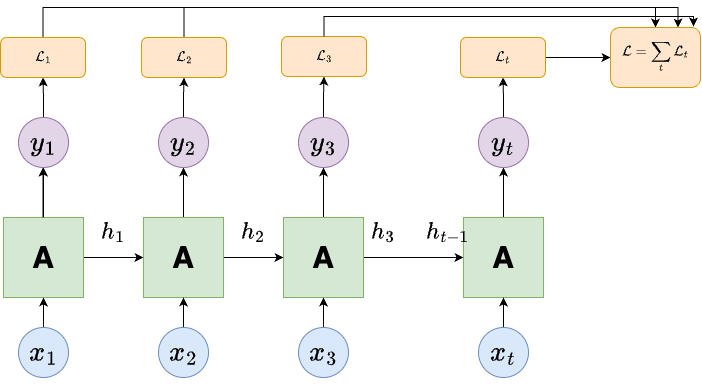
tools4ds/DS701-Course-Notes keeps this draw.io diagram as ds701_book/drawio/RNN-Loss.png. Above is the earlier version. Source tidied: cells renumbered, new cells last; positions are measured from the earlier drawing's top-left corner, leaving out a move shared by most shapes.
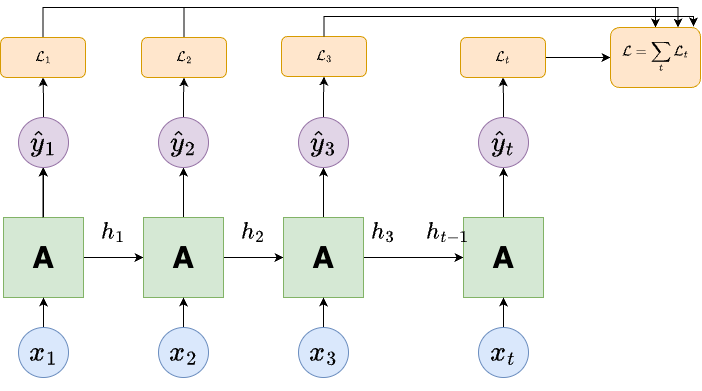
Later version of the same file.

What changed in the source:
```diff
@@ -14,7 +14,7 @@
     <mxCell id="5" style="edgeStyle=orthogonalEdgeStyle;rounded=0;jettySize=auto;html=1;exitX=0.5;exitY=0;exitDx=0;exitDy=0;entryX=0.5;entryY=1;entryDx=0;entryDy=0;" parent="1" edge="1" source="6" target="35">
       <mxGeometry relative="1" as="geometry" />
     </mxCell>
-    <mxCell id="6" value="&lt;font style=&quot;font-size: 24px;&quot;&gt;$$y_1$$&lt;/font&gt;" style="ellipse;whiteSpace=wrap;html=1;fillColor=#e1d5e7;strokeColor=#9673a6;" parent="1" vertex="1">
+    <mxCell id="6" value="&lt;font style=&quot;font-size: 24px;&quot;&gt;$$\hat{y}_1$$&lt;/font&gt;" style="ellipse;whiteSpace=wrap;html=1;fillColor=#e1d5e7;strokeColor=#9673a6;" parent="1" vertex="1">
       <mxGeometry x="18" y="90" width="50" height="50" as="geometry" />
     </mxCell>
     <mxCell id="7" style="edgeStyle=orthogonalEdgeStyle;rounded=0;jettySize=auto;html=1;exitX=0.5;exitY=0;exitDx=0;exitDy=0;entryX=0.5;entryY=1;entryDx=0;entryDy=0;" parent="1" edge="1" source="8" target="4">
@@ -35,7 +35,7 @@
     <mxCell id="12" style="edgeStyle=orthogonalEdgeStyle;rounded=0;jettySize=auto;html=1;exitX=0.5;exitY=0;exitDx=0;exitDy=0;entryX=0.5;entryY=1;entryDx=0;entryDy=0;" parent="1" edge="1" source="13" target="37">
       <mxGeometry relative="1" as="geometry" />
     </mxCell>
-    <mxCell id="13" value="&lt;font style=&quot;font-size: 24px;&quot;&gt;$$y_2$$&lt;/font&gt;" style="ellipse;whiteSpace=wrap;html=1;fillColor=#e1d5e7;strokeColor=#9673a6;" parent="1" vertex="1">
+    <mxCell id="13" value="&lt;font style=&quot;font-size: 24px;&quot;&gt;$$\hat{y}_2$$&lt;/font&gt;" style="ellipse;whiteSpace=wrap;html=1;fillColor=#e1d5e7;strokeColor=#9673a6;" parent="1" vertex="1">
       <mxGeometry x="158" y="90" width="50" height="50" as="geometry" />
     </mxCell>
     <mxCell id="14" style="edgeStyle=orthogonalEdgeStyle;rounded=0;jettySize=auto;html=1;exitX=0.5;exitY=0;exitDx=0;exitDy=0;entryX=0.5;entryY=1;entryDx=0;entryDy=0;" parent="1" edge="1" source="15" target="11">
@@ -56,7 +56,7 @@
     <mxCell id="19" style="edgeStyle=orthogonalEdgeStyle;rounded=0;jettySize=auto;html=1;exitX=0.5;exitY=0;exitDx=0;exitDy=0;entryX=0.5;entryY=1;entryDx=0;entryDy=0;" parent="1" edge="1" source="20" target="38">
       <mxGeometry relative="1" as="geometry" />
     </mxCell>
-    <mxCell id="20" value="&lt;font style=&quot;font-size: 24px;&quot;&gt;$$y_3$$&lt;/font&gt;" style="ellipse;whiteSpace=wrap;html=1;fillColor=#e1d5e7;strokeColor=#9673a6;" parent="1" vertex="1">
+    <mxCell id="20" value="&lt;font style=&quot;font-size: 24px;&quot;&gt;$$\hat{y}_3$$&lt;/font&gt;" style="ellipse;whiteSpace=wrap;html=1;fillColor=#e1d5e7;strokeColor=#9673a6;" parent="1" vertex="1">
       <mxGeometry x="298" y="90" width="50" height="50" as="geometry" />
     </mxCell>
     <mxCell id="21" style="edgeStyle=orthogonalEdgeStyle;rounded=0;jettySize=auto;html=1;exitX=0.5;exitY=0;exitDx=0;exitDy=0;entryX=0.5;entryY=1;entryDx=0;entryDy=0;" parent="1" edge="1" source="22" target="18">
@@ -74,7 +74,7 @@
     <mxCell id="25" style="edgeStyle=orthogonalEdgeStyle;rounded=0;jettySize=auto;html=1;exitX=0.5;exitY=0;exitDx=0;exitDy=0;entryX=0.5;entryY=1;entryDx=0;entryDy=0;" parent="1" edge="1" source="26" target="40">
       <mxGeometry relative="1" as="geometry" />
     </mxCell>
-    <mxCell id="26" value="&lt;font style=&quot;font-size: 24px;&quot;&gt;$$y_t$$&lt;/font&gt;" style="ellipse;whiteSpace=wrap;html=1;fillColor=#e1d5e7;strokeColor=#9673a6;" parent="1" vertex="1">
+    <mxCell id="26" value="&lt;font style=&quot;font-size: 24px;&quot;&gt;$$\hat{y}_t$$&lt;/font&gt;" style="ellipse;whiteSpace=wrap;html=1;fillColor=#e1d5e7;strokeColor=#9673a6;" parent="1" vertex="1">
       <mxGeometry x="478" y="90" width="50" height="50" as="geometry" />
     </mxCell>
     <mxCell id="27" style="edgeStyle=orthogonalEdgeStyle;rounded=0;jettySize=auto;html=1;exitX=0.5;exitY=0;exitDx=0;exitDy=0;entryX=0.5;entryY=1;entryDx=0;entryDy=0;" parent="1" edge="1" source="28" target="24">
```
